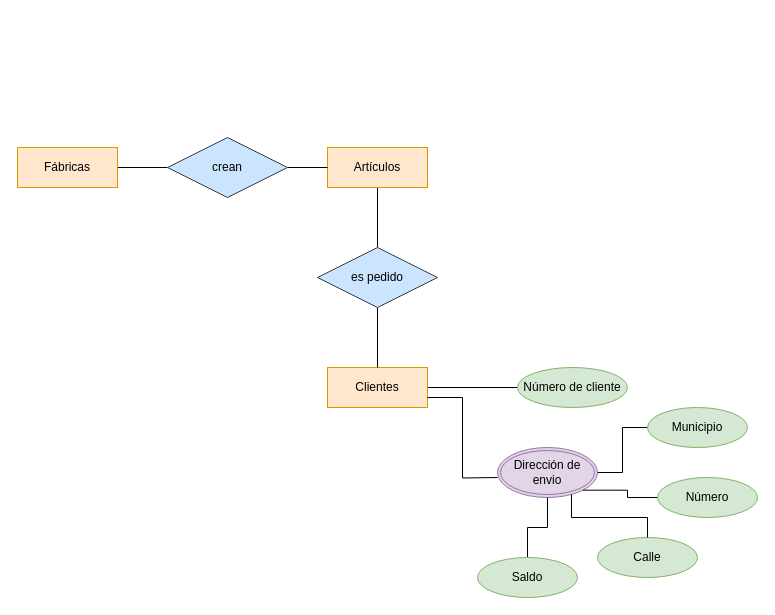
Above: diagramatarea3.drawio in GRMiguelAngel/Base-Datos (draw.io), before the change. Source tidied: cells renumbered, new cells numbered last; positions are measured from the earlier drawing's top-left corner, leaving out a move shared by most shapes. Both pictures are drawn from the tidied source at 100%, with x=0, y=0 at pixel (17, 137).
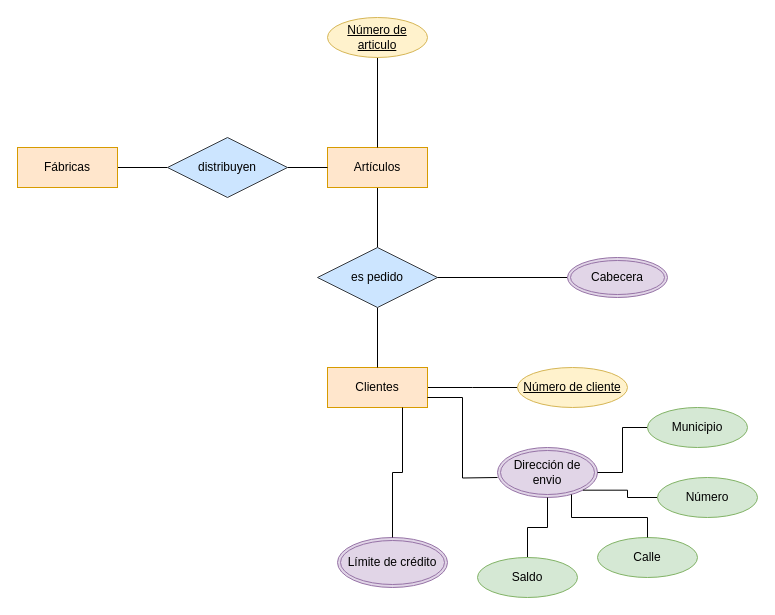
After the change.

Unchanged cells that the change refers to:
```xml
<mxCell id="3" value="Artículos" style="whiteSpace=wrap;html=1;align=center;fillColor=#ffe6cc;strokeColor=#d79b00;" parent="1" vertex="1">
  <mxGeometry x="310" y="10" width="100" height="40" as="geometry" />
</mxCell>
<mxCell id="9" value="Clientes" style="whiteSpace=wrap;html=1;align=center;fillColor=#ffe6cc;strokeColor=#d79b00;" parent="1" vertex="1">
  <mxGeometry x="310" y="230" width="100" height="40" as="geometry" />
</mxCell>
<mxCell id="11" value="es pedido" style="shape=rhombus;perimeter=rhombusPerimeter;whiteSpace=wrap;html=1;align=center;fillColor=#cce5ff;strokeColor=#36393d;" parent="1" vertex="1">
  <mxGeometry x="300" y="110" width="120" height="60" as="geometry" />
</mxCell>
```

Change to the diagram source:
```diff
@@
-    <mxCell id="7" value="crean" style="shape=rhombus;perimeter=rhombusPerimeter;whiteSpace=wrap;html=1;align=center;fillColor=#cce5ff;strokeColor=#36393d;" parent="1" vertex="1">
+    <mxCell id="7" value="distribuyen" style="shape=rhombus;perimeter=rhombusPerimeter;whiteSpace=wrap;html=1;align=center;fillColor=#cce5ff;strokeColor=#36393d;" parent="1" vertex="1">
       <mxGeometry x="150" width="120" height="60" as="geometry" />
     </mxCell>
-    <mxCell id="8" style="edgeStyle=orthogonalEdgeStyle;rounded=0;jettySize=auto;html=1;entryX=0;entryY=0.5;entryDx=0;entryDy=0;endArrow=none;endFill=0;" parent="1" edge="1" source="9" target="12">
-      <mxGeometry relative="1" as="geometry" />
+    <mxCell id="8" style="edgeStyle=orthogonalEdgeStyle;rounded=0;jettySize=auto;html=1;entryX=0;entryY=0.5;entryDx=0;entryDy=0;endArrow=none;endFill=0;" parent="1" edge="1" source="9">
+      <mxGeometry relative="1" as="geometry">
+        <mxPoint x="500" y="250" as="targetPoint" />
+      </mxGeometry>
     </mxCell>
@@
-    <mxCell id="12" value="Número de cliente" style="ellipse;whiteSpace=wrap;html=1;align=center;fillColor=#d5e8d4;strokeColor=#82b366;" parent="1" vertex="1">
-      <mxGeometry x="500" y="230" width="110" height="40" as="geometry" />
-    </mxCell>
@@
+    <mxCell id="23" style="edgeStyle=orthogonalEdgeStyle;rounded=0;jettySize=auto;html=1;entryX=0.5;entryY=0;entryDx=0;entryDy=0;endArrow=none;endFill=0;" parent="1" edge="1" source="24" target="3">
+      <mxGeometry relative="1" as="geometry" />
+    </mxCell>
+    <mxCell id="24" value="Número de articulo" style="ellipse;whiteSpace=wrap;html=1;align=center;fontStyle=4;fillColor=#fff2cc;strokeColor=#d6b656;" parent="1" vertex="1">
+      <mxGeometry x="310" y="-120" width="100" height="40" as="geometry" />
+    </mxCell>
+    <mxCell id="25" value="Límite de crédito" style="ellipse;shape=doubleEllipse;margin=3;whiteSpace=wrap;html=1;align=center;fillColor=#e1d5e7;strokeColor=#9673a6;" parent="1" vertex="1">
+      <mxGeometry x="320" y="400" width="110" height="50" as="geometry" />
+    </mxCell>
+    <mxCell id="26" style="edgeStyle=orthogonalEdgeStyle;rounded=0;jettySize=auto;html=1;endArrow=none;endFill=0;entryX=0.75;entryY=1;entryDx=0;entryDy=0;" parent="1" edge="1" source="25" target="9">
+      <mxGeometry relative="1" as="geometry" />
+    </mxCell>
+    <mxCell id="12" value="Número de cliente" style="ellipse;whiteSpace=wrap;html=1;align=center;fontStyle=4;fillColor=#fff2cc;strokeColor=#d6b656;" parent="1" vertex="1">
+      <mxGeometry x="500" y="230" width="110" height="40" as="geometry" />
+    </mxCell>
+    <mxCell id="27" style="edgeStyle=orthogonalEdgeStyle;rounded=0;jettySize=auto;html=1;entryX=1;entryY=0.5;entryDx=0;entryDy=0;endArrow=none;endFill=0;" parent="1" edge="1" source="28" target="11">
+      <mxGeometry relative="1" as="geometry" />
+    </mxCell>
+    <mxCell id="28" value="Cabecera" style="ellipse;shape=doubleEllipse;margin=3;whiteSpace=wrap;html=1;align=center;fillColor=#e1d5e7;strokeColor=#9673a6;" parent="1" vertex="1">
+      <mxGeometry x="550" y="120" width="100" height="40" as="geometry" />
+    </mxCell>
```
